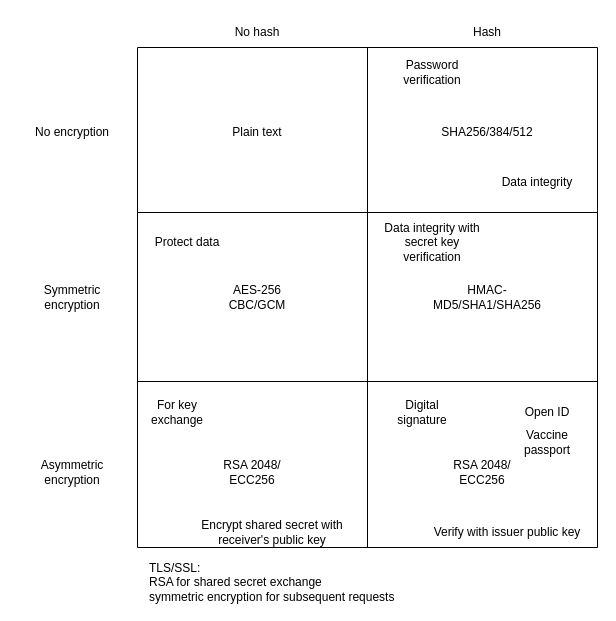
The draw.io diagram Security.drawio in dannyswat/adi, before the edit. Source tidied: cells renumbered, new cells numbered last; positions are measured from the earlier drawing's top-left corner, leaving out a move shared by most shapes. Both pictures are drawn from the tidied source at 100%, with x=0, y=0 at pixel (17, 17).
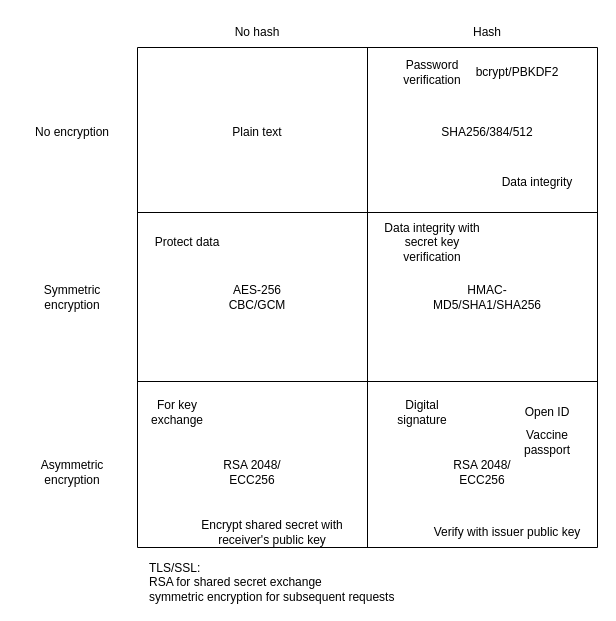
After the change.

The change refers to these unchanged cells:
```xml
<mxCell id="2" style="swimlane;startSize=0;" parent="1" vertex="1">
  <mxGeometry x="120" y="30" width="460" height="500" as="geometry" />
</mxCell>
```

The edit, as a diff of the source:
```diff
@@
+    <mxCell id="28" value="bcrypt/PBKDF2" style="text;html=1;strokeColor=none;fillColor=none;align=center;verticalAlign=middle;whiteSpace=wrap;rounded=0;" parent="2" vertex="1">
+      <mxGeometry x="350" y="10" width="60" height="30" as="geometry" />
+    </mxCell>
```
